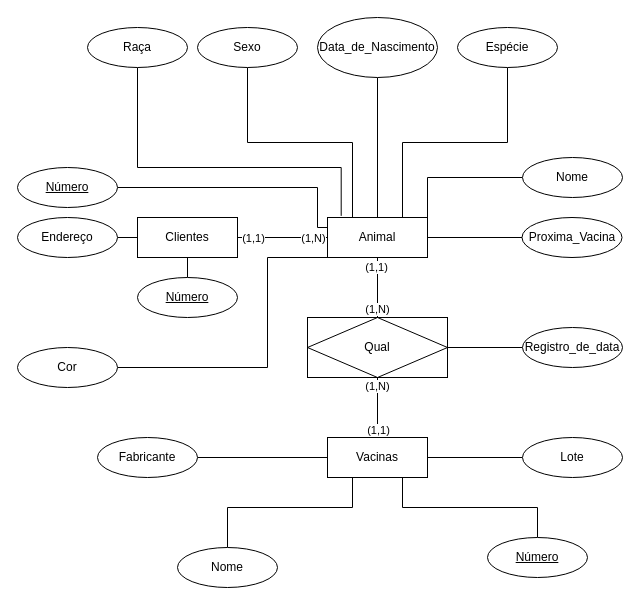
The draw.io diagram Diagramas/Diagrama 07.drawio in bruniculos08/BAN1002, before the edit. Source tidied: cells renumbered, new cells numbered last; positions are measured from the earlier drawing's top-left corner, leaving out a move shared by most shapes. Both pictures are drawn from the tidied source at 100%, with x=0, y=0 at pixel (17, 17).
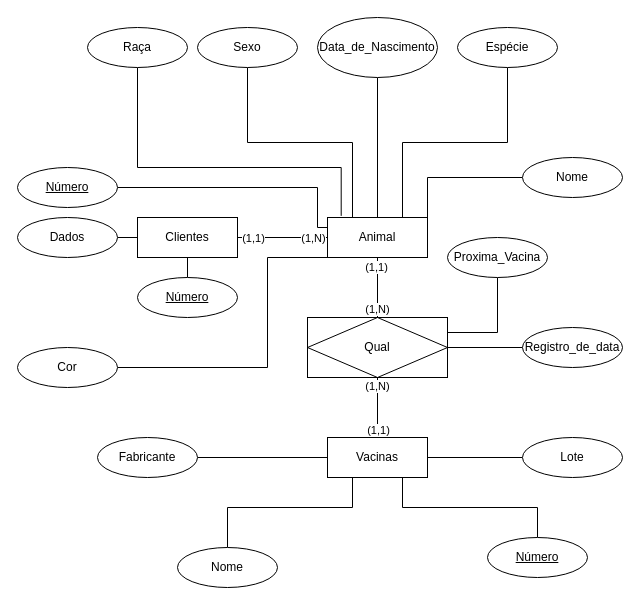
The same diagram, later.

Unchanged cells that the change refers to:
```xml
<mxCell id="6" value="Animal" style="whiteSpace=wrap;html=1;align=center;" parent="1" vertex="1">
  <mxGeometry x="310" y="200" width="100" height="40" as="geometry" />
</mxCell>
<mxCell id="16" value="Qual" style="shape=associativeEntity;whiteSpace=wrap;html=1;align=center;" parent="1" vertex="1">
  <mxGeometry x="290" y="300" width="140" height="60" as="geometry" />
</mxCell>
```

What changed in the source:
```diff
@@
-    <mxCell id="2" style="edgeStyle=orthogonalEdgeStyle;rounded=0;jettySize=auto;html=1;exitX=1;exitY=0.5;exitDx=0;exitDy=0;endArrow=none;endFill=0;" parent="1" edge="1" source="6" target="28">
-      <mxGeometry relative="1" as="geometry" />
-    </mxCell>
@@
+    <mxCell id="46" style="edgeStyle=orthogonalEdgeStyle;rounded=0;jettySize=auto;html=1;exitX=1;exitY=0.25;exitDx=0;exitDy=0;entryX=0.5;entryY=1;entryDx=0;entryDy=0;endArrow=none;endFill=0;" parent="1" edge="1" source="16" target="28">
+      <mxGeometry relative="1" as="geometry" />
+    </mxCell>
@@
     <mxCell id="28" value="Proxima_Vacina" style="ellipse;whiteSpace=wrap;html=1;align=center;" parent="1" vertex="1">
-      <mxGeometry x="504.5" y="200" width="100" height="40" as="geometry" />
+      <mxGeometry x="430" y="220" width="100" height="40" as="geometry" />
     </mxCell>
@@
-    <mxCell id="39" value="Endereço" style="ellipse;whiteSpace=wrap;html=1;align=center;" parent="1" vertex="1">
+    <mxCell id="39" value="Dados" style="ellipse;whiteSpace=wrap;html=1;align=center;" parent="1" vertex="1">
       <mxGeometry y="200" width="100" height="40" as="geometry" />
     </mxCell>
```
